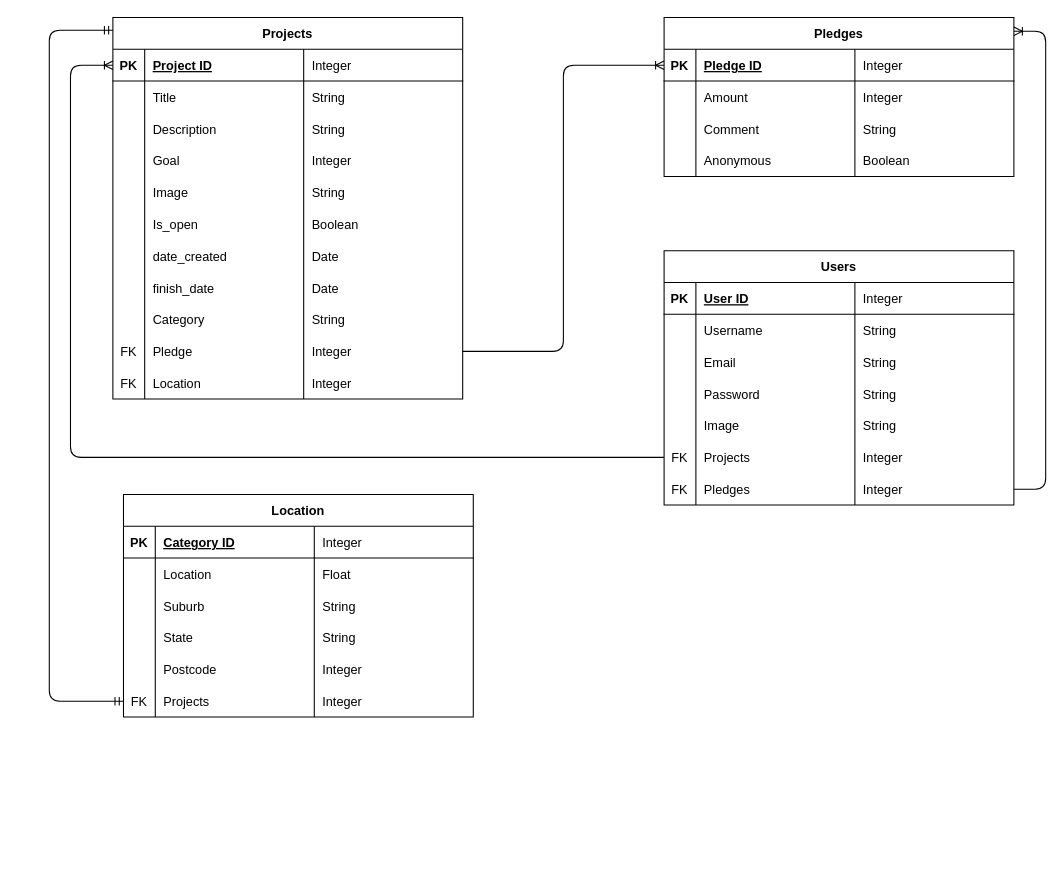
Above: crowdfunding/sprout.drawio in ambo-n/crowdfunding_back_end (draw.io), before the change. Source tidied: cells renumbered, new cells numbered last; positions are measured from the earlier drawing's top-left corner, leaving out a move shared by most shapes. Both pictures are drawn from the tidied source at 106%, with x=0, y=0 at pixel (49, 17).
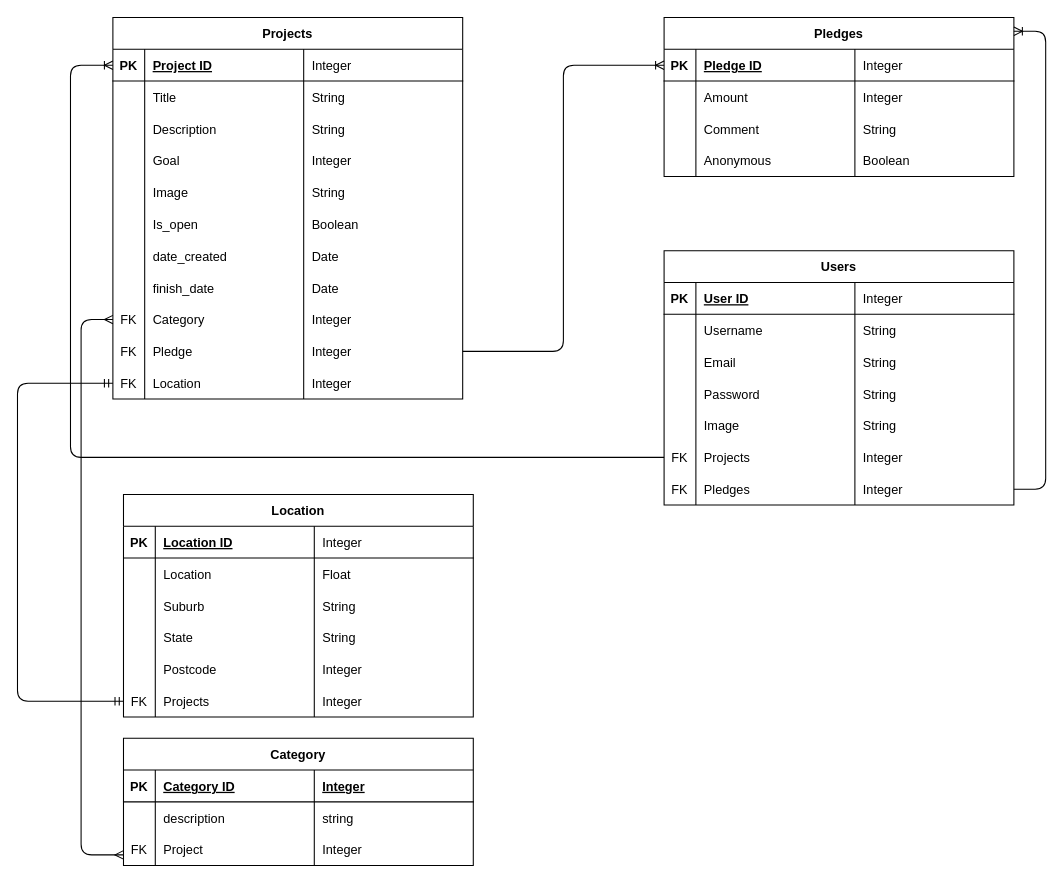
The same page after the edit.

Commit message (it also covers changes not shown here):
new models and category get and post done

The change refers to these unchanged cells:
```xml
<mxCell id="35" style="shape=tableRow;horizontal=0;startSize=0;swimlaneHead=0;swimlaneBody=0;fillColor=none;points=[[0,0.5],[1,0.5]];portConstraint=eastwest;top=0;left=0;right=0;bottom=0;" parent="2" vertex="1">
  <mxGeometry y="270" width="330" height="30" as="geometry" />
</mxCell>
<mxCell id="43" style="shape=tableRow;horizontal=0;startSize=0;swimlaneHead=0;swimlaneBody=0;fillColor=none;points=[[0,0.5],[1,0.5]];portConstraint=eastwest;top=0;left=0;right=0;bottom=0;" parent="2" vertex="1">
  <mxGeometry y="330" width="330" height="30" as="geometry" />
</mxCell>
<mxCell id="96" style="shape=tableRow;horizontal=0;startSize=0;swimlaneHead=0;swimlaneBody=0;fillColor=none;top=0;left=0;right=0;bottom=1;" parent="95" vertex="1">
  <mxGeometry y="30" width="330" height="30" as="geometry" />
</mxCell>
<mxCell id="116" style="shape=tableRow;horizontal=0;startSize=0;swimlaneHead=0;swimlaneBody=0;fillColor=none;points=[[0,0.5],[1,0.5]];portConstraint=eastwest;top=0;left=0;right=0;bottom=0;" parent="95" vertex="1">
  <mxGeometry y="180" width="330" height="30" as="geometry" />
</mxCell>
```

The edit, as a diff of the source:
```diff
@@
-    <mxCell id="36" style="shape=partialRectangle;fillColor=none;top=0;left=0;bottom=0;right=0;overflow=hidden;" parent="35" vertex="1">
+    <mxCell id="36" value="FK" style="shape=partialRectangle;fillColor=none;top=0;left=0;bottom=0;right=0;overflow=hidden;" parent="35" vertex="1">
       <mxGeometry width="30" height="30" as="geometry" />
     </mxCell>
@@
-    <mxCell id="38" value="String" style="shape=partialRectangle;fillColor=none;top=0;left=0;bottom=0;right=0;align=left;spacingLeft=6;overflow=hidden;" parent="35" vertex="1">
+    <mxCell id="38" value="Integer" style="shape=partialRectangle;fillColor=none;top=0;left=0;bottom=0;right=0;align=left;spacingLeft=6;overflow=hidden;" parent="35" vertex="1">
       <mxGeometry x="180" width="150" height="30" as="geometry" />
     </mxCell>
@@
-    <mxCell id="98" value="Category ID" style="shape=partialRectangle;fillColor=none;top=0;left=0;bottom=0;right=0;align=left;spacingLeft=6;fontStyle=5;overflow=hidden;" parent="96" vertex="1">
+    <mxCell id="98" value="Location ID" style="shape=partialRectangle;fillColor=none;top=0;left=0;bottom=0;right=0;align=left;spacingLeft=6;fontStyle=5;overflow=hidden;" parent="96" vertex="1">
       <mxGeometry x="30" width="150" height="30" as="geometry" />
     </mxCell>
@@
-    <mxCell id="120" style="edgeStyle=orthogonalEdgeStyle;fontSize=12;html=1;endArrow=ERmandOne;startArrow=ERmandOne;exitX=0;exitY=0.5;exitDx=0;exitDy=0;" parent="1" edge="1" source="116">
+    <mxCell id="120" style="edgeStyle=orthogonalEdgeStyle;fontSize=12;html=1;endArrow=ERmandOne;startArrow=ERmandOne;exitX=0;exitY=0.5;exitDx=0;exitDy=0;entryX=0;entryY=0.5;entryDx=0;entryDy=0;" parent="1" edge="1" source="116" target="43">
       <mxGeometry relative="1" as="geometry">
-        <mxPoint x="60" y="12" as="targetPoint" />
         <Array as="points">
-          <mxPoint y="645" />
-          <mxPoint y="12" />
+          <mxPoint x="-30" y="645" />
+          <mxPoint x="-30" y="345" />
         </Array>
       </mxGeometry>
     </mxCell>
@@
+    <mxCell id="122" value="Category" style="shape=table;startSize=30;childLayout=tableLayout;rowLines=0;fontStyle=1;align=center;" parent="1" vertex="1">
+      <mxGeometry x="70" y="680" width="330" height="120" as="geometry" />
+    </mxCell>
+    <mxCell id="123" style="shape=tableRow;horizontal=0;startSize=0;swimlaneHead=0;swimlaneBody=0;fillColor=none;top=0;left=0;right=0;bottom=1;" parent="122" vertex="1">
+      <mxGeometry y="30" width="330" height="30" as="geometry" />
+    </mxCell>
+    <mxCell id="124" value="PK" style="shape=partialRectangle;fillColor=none;top=0;left=0;bottom=0;right=0;fontStyle=1;overflow=hidden;" parent="123" vertex="1">
+      <mxGeometry width="30" height="30" as="geometry" />
+    </mxCell>
+    <mxCell id="125" value="Category ID" style="shape=partialRectangle;fillColor=none;top=0;left=0;bottom=0;right=0;align=left;spacingLeft=6;fontStyle=5;overflow=hidden;" parent="123" vertex="1">
+      <mxGeometry x="30" width="150" height="30" as="geometry" />
+    </mxCell>
+    <mxCell id="126" value="Integer" style="shape=partialRectangle;fillColor=none;top=0;left=0;bottom=0;right=0;align=left;spacingLeft=6;fontStyle=5;overflow=hidden;" parent="123" vertex="1">
+      <mxGeometry x="180" width="150" height="30" as="geometry" />
+    </mxCell>
+    <mxCell id="127" style="shape=tableRow;horizontal=0;startSize=0;swimlaneHead=0;swimlaneBody=0;fillColor=none;top=0;left=0;right=0;bottom=0;" parent="122" vertex="1">
+      <mxGeometry y="60" width="330" height="30" as="geometry" />
+    </mxCell>
+    <mxCell id="128" style="shape=partialRectangle;fillColor=none;top=0;left=0;bottom=0;right=0;overflow=hidden;" parent="127" vertex="1">
+      <mxGeometry width="30" height="30" as="geometry" />
+    </mxCell>
+    <mxCell id="129" value="description" style="shape=partialRectangle;fillColor=none;top=0;left=0;bottom=0;right=0;align=left;spacingLeft=6;overflow=hidden;" parent="127" vertex="1">
+      <mxGeometry x="30" width="150" height="30" as="geometry" />
+    </mxCell>
+    <mxCell id="130" value="string" style="shape=partialRectangle;fillColor=none;top=0;left=0;bottom=0;right=0;align=left;spacingLeft=6;overflow=hidden;" parent="127" vertex="1">
+      <mxGeometry x="180" width="150" height="30" as="geometry" />
+    </mxCell>
+    <mxCell id="131" style="shape=tableRow;horizontal=0;startSize=0;swimlaneHead=0;swimlaneBody=0;fillColor=none;top=0;left=0;right=0;bottom=0;" parent="122" vertex="1">
+      <mxGeometry y="90" width="330" height="30" as="geometry" />
+    </mxCell>
+    <mxCell id="132" value="FK" style="shape=partialRectangle;fillColor=none;top=0;left=0;bottom=0;right=0;overflow=hidden;" parent="131" vertex="1">
+      <mxGeometry width="30" height="30" as="geometry" />
+    </mxCell>
+    <mxCell id="133" value="Project" style="shape=partialRectangle;fillColor=none;top=0;left=0;bottom=0;right=0;align=left;spacingLeft=6;overflow=hidden;" parent="131" vertex="1">
+      <mxGeometry x="30" width="150" height="30" as="geometry" />
+    </mxCell>
+    <mxCell id="134" value="Integer" style="shape=partialRectangle;fillColor=none;top=0;left=0;bottom=0;right=0;align=left;spacingLeft=6;overflow=hidden;" parent="131" vertex="1">
+      <mxGeometry x="180" width="150" height="30" as="geometry" />
+    </mxCell>
+    <mxCell id="135" style="edgeStyle=elbowEdgeStyle;fontSize=12;html=1;endArrow=ERmany;startArrow=ERmany;exitX=0;exitY=0.5;exitDx=0;exitDy=0;" parent="1" edge="1" source="35">
+      <mxGeometry relative="1" as="geometry">
+        <mxPoint x="70" y="790" as="targetPoint" />
+        <Array as="points">
+          <mxPoint x="30" y="540" />
+        </Array>
+      </mxGeometry>
+    </mxCell>
```
